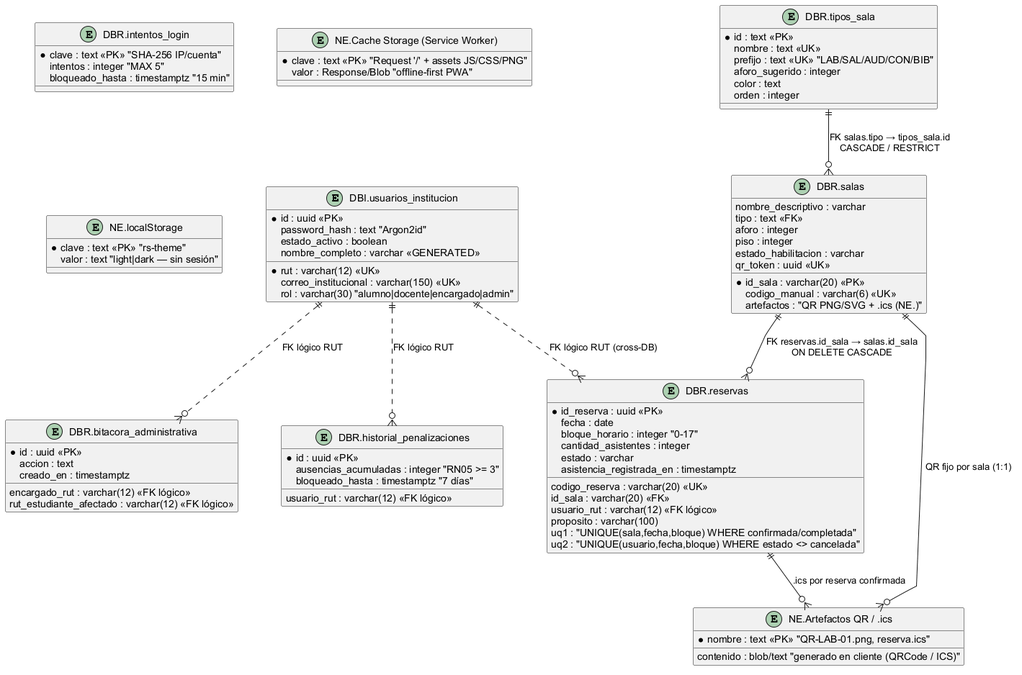
Above: docs/Modelo Entidad-Relacion - Sistema de Reservas.png in SPSolutionsOneaOne/SistemaReservas (PlantUML), before the change.
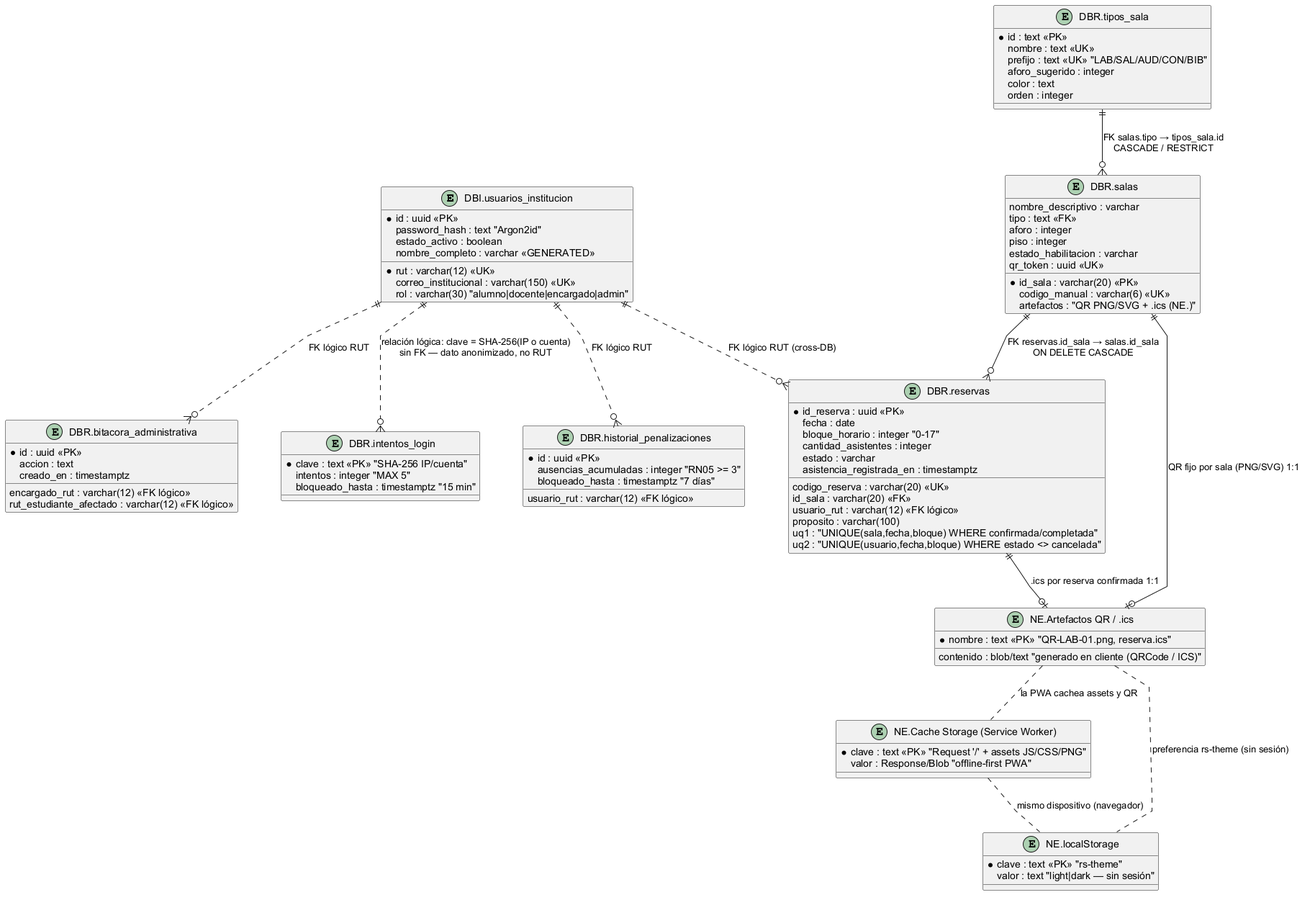
The same file after the commit.

Commit message:
docs: ERD conecta intentos_login y stores NE con relaciones logicas

The edit, as a diff of the source:
```diff
@@ -100,7 +100,11 @@
 USUARIO  ||..o{ RESERVA  : "FK lógico RUT (cross-DB)"
 USUARIO  ||..o{ PENAL    : "FK lógico RUT"
 USUARIO  ||..o{ BITACORA : "FK lógico RUT"
-SALA     ||--o{ ARCHIVOS : "QR fijo por sala (1:1)"
-RESERVA  ||--o{ ARCHIVOS : ".ics por reserva confirmada"
+SALA     ||--o| ARCHIVOS : "QR fijo por sala (PNG/SVG) 1:1"
+RESERVA  ||--o| ARCHIVOS : ".ics por reserva confirmada 1:1"
+USUARIO  ||..o{ INTENTOS : "relación lógica: clave = SHA-256(IP o cuenta)\nsin FK — dato anonimizado, no RUT"
+CACHE    .. LS           : "mismo dispositivo (navegador)"
+ARCHIVOS .. CACHE        : "la PWA cachea assets y QR"
+ARCHIVOS .. LS           : "preferencia rs-theme (sin sesión)"
 
 @enduml
```
